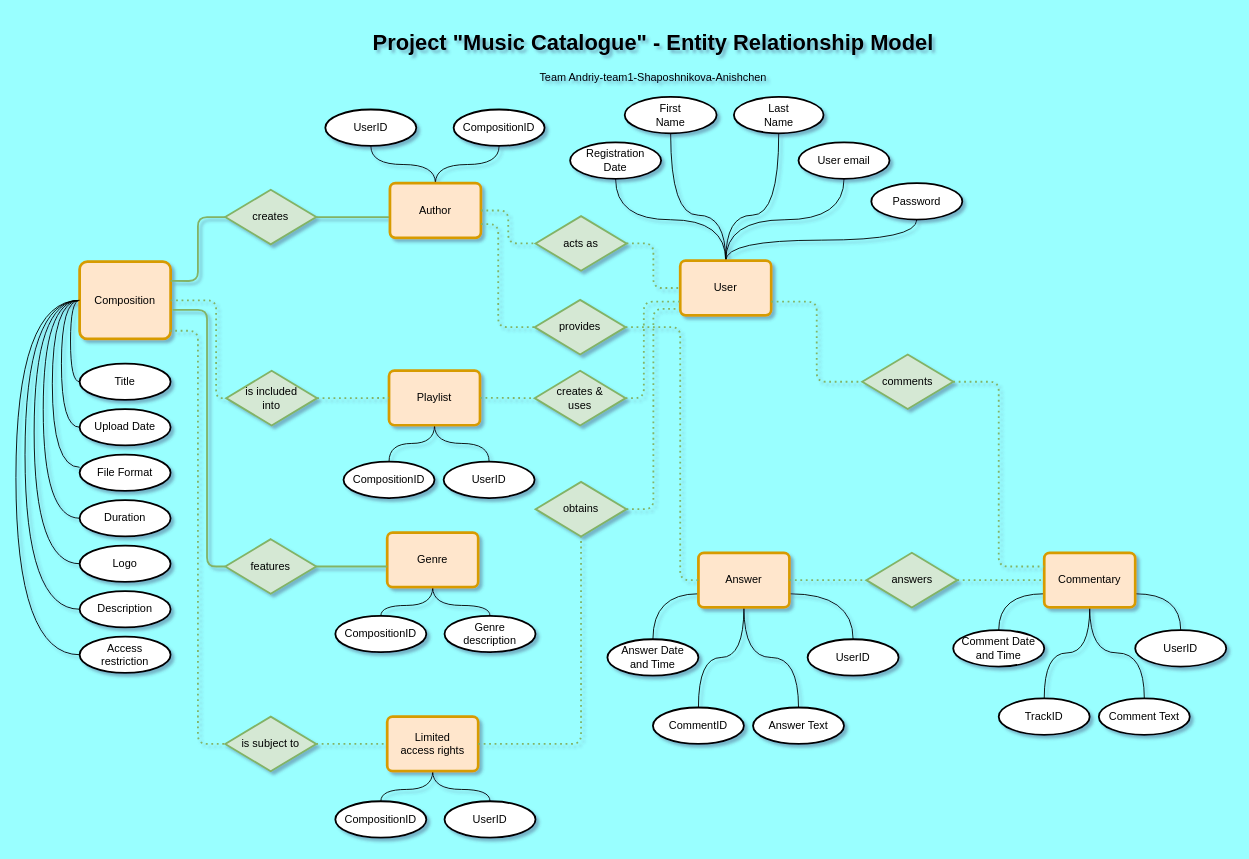
Earlier version of the draw.io diagram page "4th (final) Draft" (6 of 6) of 01 ERM.drawio (avu-ua/DBFund-Team1-Yulia-Slava). Source tidied: cells renumbered, new cells numbered last; positions are measured from the earlier drawing's top-left corner, leaving out a move shared by most shapes. Both pictures are drawn from the tidied source at 91%, with x=0, y=0 at pixel (15, 25).
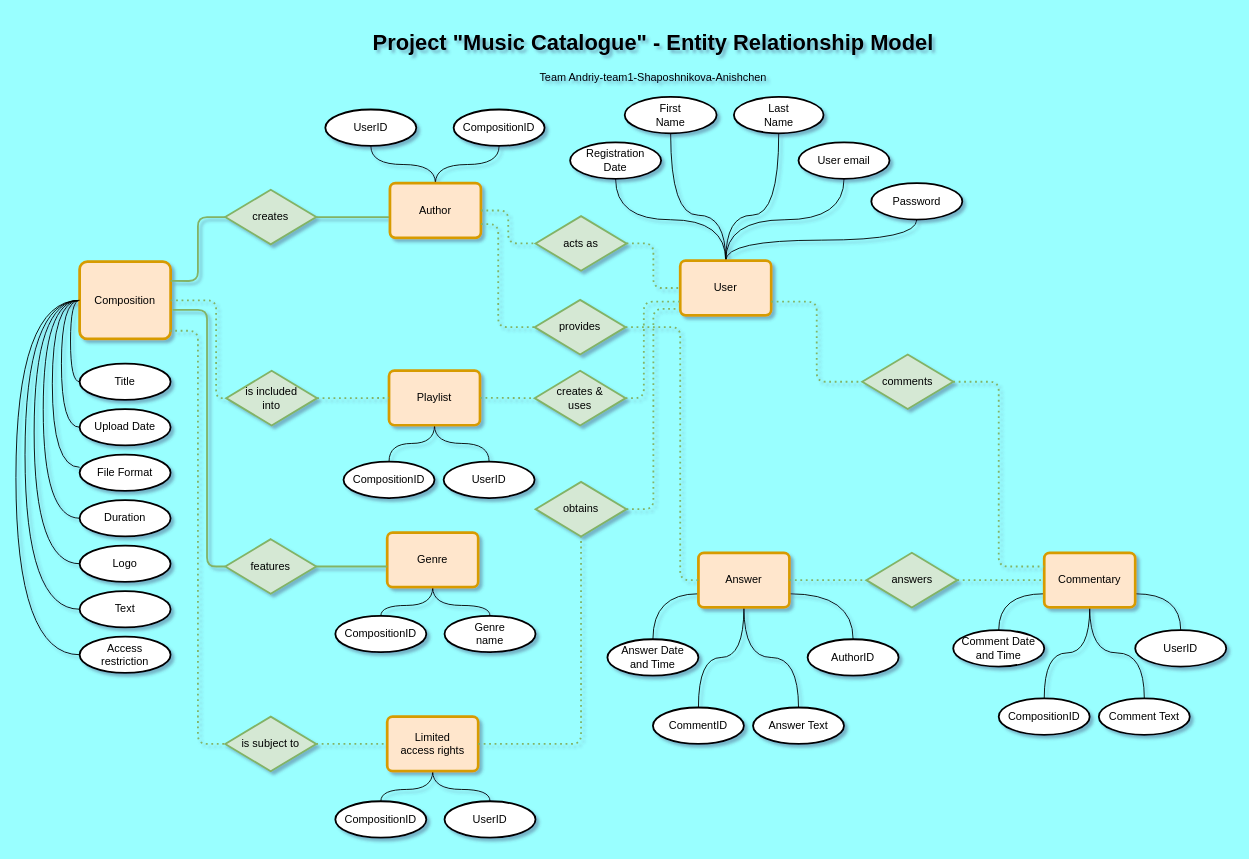
After the change.

Change to the diagram source:
```diff
@@
-    <mxCell id="10" value="Description" style="ellipse;whiteSpace=wrap;html=1;align=center;strokeWidth=2;" parent="1" vertex="1">
+    <mxCell id="10" value="Text" style="ellipse;whiteSpace=wrap;html=1;align=center;strokeWidth=2;" parent="1" vertex="1">
       <mxGeometry x="70" y="622" width="100" height="40" as="geometry" />
     </mxCell>
@@
-    <mxCell id="37" value="TrackID" style="ellipse;whiteSpace=wrap;html=1;align=center;strokeWidth=2;" parent="1" vertex="1">
+    <mxCell id="37" value="CompositionID" style="ellipse;whiteSpace=wrap;html=1;align=center;strokeWidth=2;" parent="1" vertex="1">
       <mxGeometry x="1080" y="740" width="100" height="40" as="geometry" />
     </mxCell>
@@
-    <mxCell id="46" value="UserID" style="ellipse;whiteSpace=wrap;html=1;align=center;strokeWidth=2;" parent="1" vertex="1">
+    <mxCell id="46" value="AuthorID" style="ellipse;whiteSpace=wrap;html=1;align=center;strokeWidth=2;" parent="1" vertex="1">
       <mxGeometry x="870" y="675" width="100" height="40" as="geometry" />
     </mxCell>
@@
-    <mxCell id="64" value="Genre&lt;br&gt;description" style="ellipse;whiteSpace=wrap;html=1;align=center;strokeWidth=2;" parent="1" vertex="1">
+    <mxCell id="64" value="Genre&lt;br&gt;name" style="ellipse;whiteSpace=wrap;html=1;align=center;strokeWidth=2;" parent="1" vertex="1">
       <mxGeometry x="471" y="649.2" width="100" height="40" as="geometry" />
     </mxCell>
```
